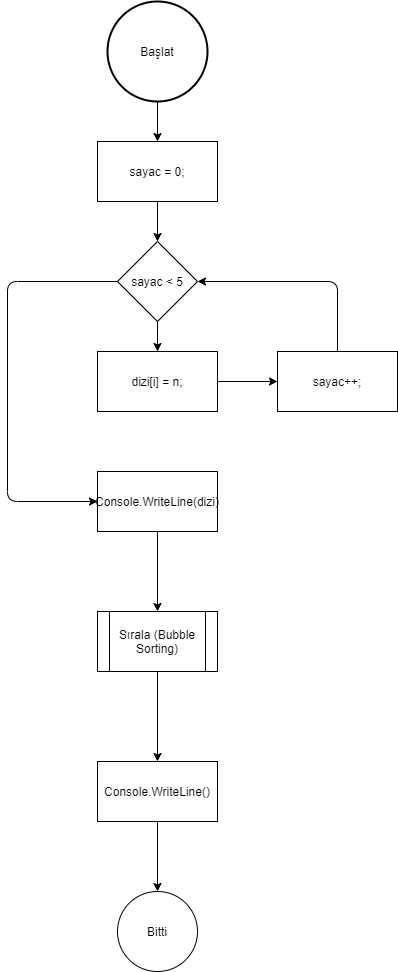
Earlier version of the draw.io export SayiSiralama.png (BilgeAdamSiemens/SayiSiralama). Source tidied: cells renumbered, new cells last; positions are measured from the earlier drawing's top-left corner, leaving out a move shared by most shapes.
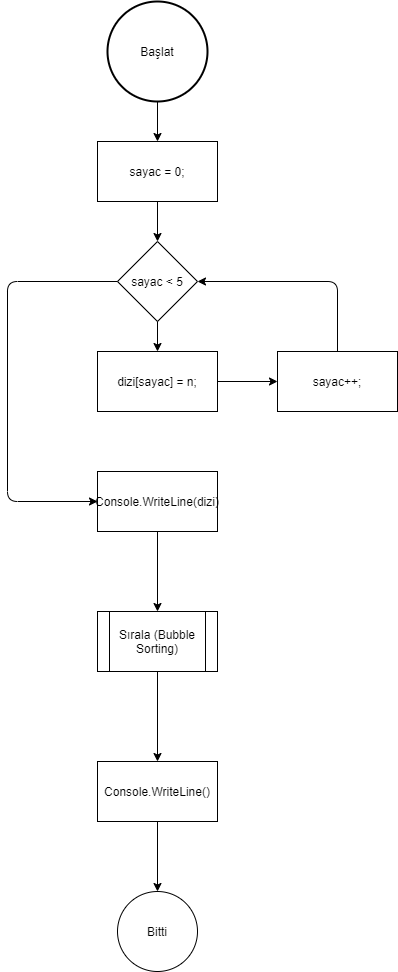
After the change.

What changed in the source:
```diff
@@ -32,7 +32,7 @@
     <mxCell id="11" style="endArrow=classic;html=1;exitX=0.5;exitY=1;exitDx=0;exitDy=0;" parent="1" edge="1" source="10" target="9">
       <mxGeometry relative="1" as="geometry" />
     </mxCell>
-    <mxCell id="12" value="dizi[i] = n;" style="rounded=0;whiteSpace=wrap;html=1;" parent="1" vertex="1">
+    <mxCell id="12" value="dizi[sayac] = n;" style="rounded=0;whiteSpace=wrap;html=1;" parent="1" vertex="1">
       <mxGeometry x="90" y="350" width="120" height="60" as="geometry" />
     </mxCell>
     <mxCell id="13" value="sayac++;" style="rounded=0;whiteSpace=wrap;html=1;" parent="1" vertex="1">
```
